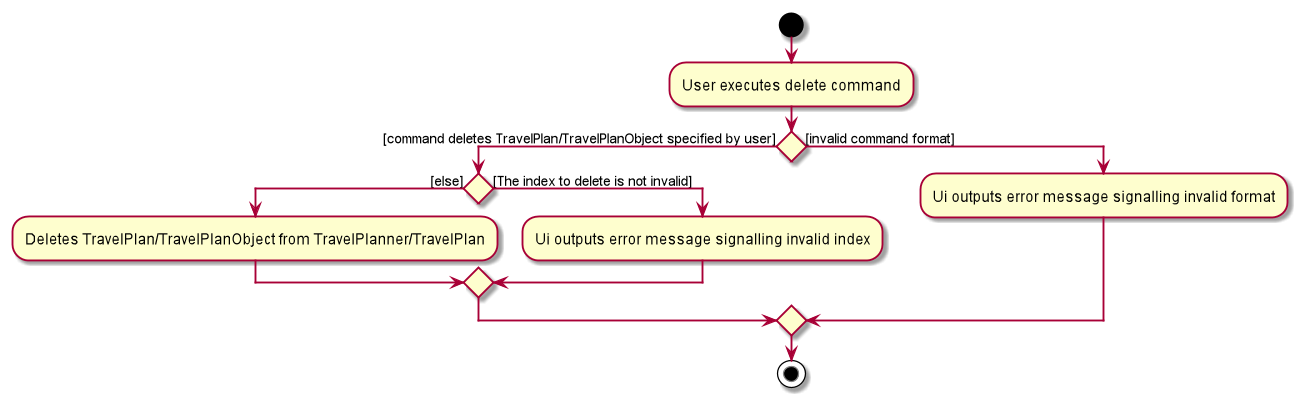
Earlier version of the PlantUML export docs/images/DeleteActivityDiagram.png (underthehai/tp). The source it was exported from:
```plantuml
@startuml
start
:User executes delete command;


if () then ([command deletes TravelPlan/TravelPlanObject specified by user])
    if() then ([else])
    :Deletes TravelPlan/TravelPlanObject from TravelPlanner/TravelPlan;
    else ([The index to delete is not invalid])
    :Ui outputs error message signalling invalid index;

endif

else([invalid command format])
:Ui outputs error message signalling invalid format;
endif
stop
@enduml
```
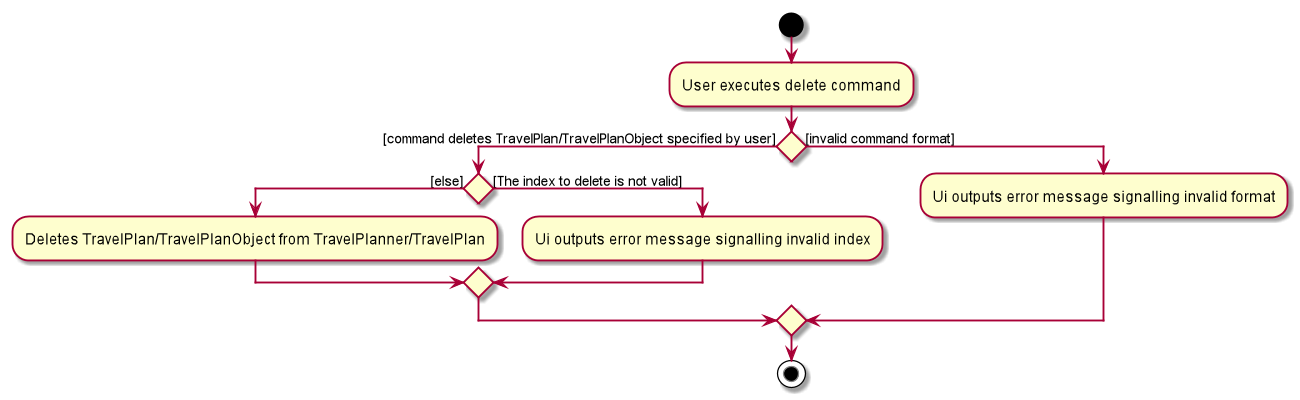
The same file after the commit.

What changed in the source:
```diff
@@ -6,7 +6,7 @@
 if () then ([command deletes TravelPlan/TravelPlanObject specified by user])
     if() then ([else])
     :Deletes TravelPlan/TravelPlanObject from TravelPlanner/TravelPlan;
-    else ([The index to delete is not invalid])
+    else ([The index to delete is not valid])
     :Ui outputs error message signalling invalid index;
 
 endif
```
